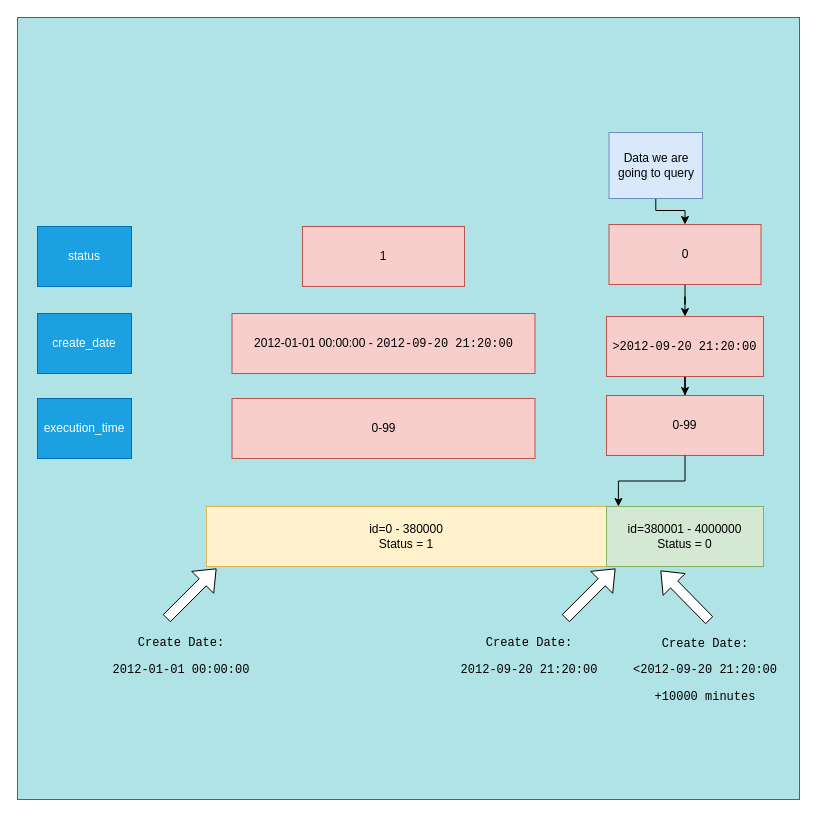
The draw.io diagram page "Page-1" (1 of 2) of drawio/mysql/mysql.drawio in cmkam/architecture, before the edit. Source tidied: cells renumbered, new cells numbered last; positions are measured from the earlier drawing's top-left corner, leaving out a move shared by most shapes. Both pictures are drawn from the tidied source at 100%, with x=0, y=0 at pixel (17, 17).
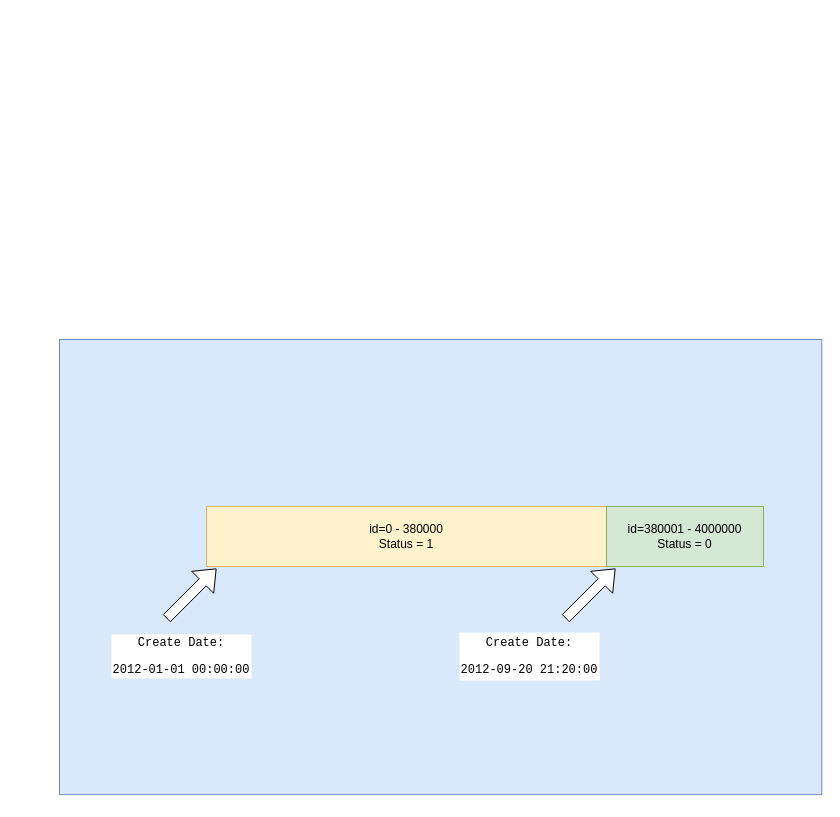
The same diagram, later.

Unchanged cells that the change refers to:
```xml
<mxCell id="4" value="id=380001 - 4000000&lt;div&gt;Status = 0&lt;/div&gt;" style="rounded=0;whiteSpace=wrap;html=1;fillColor=#d5e8d4;strokeColor=#82b366;" parent="1" vertex="1">
  <mxGeometry x="589" y="489" width="157" height="60" as="geometry" />
</mxCell>
```

Change to the diagram source:
```diff
@@
+    <mxCell id="26" parent="0" />
+    <mxCell id="27" style="rounded=0;whiteSpace=wrap;html=1;fillColor=#dae8fc;strokeColor=#6c8ebf;" parent="26" vertex="1">
+      <mxGeometry x="42" y="322" width="762.3" height="455.1" as="geometry" />
+    </mxCell>
@@
-    <mxCell id="2" style="whiteSpace=wrap;html=1;fillColor=#b0e3e6;strokeColor=#0e8088;" parent="1" vertex="1">
-      <mxGeometry width="782" height="782" as="geometry" />
-    </mxCell>
@@
-    <mxCell id="7" value="&lt;pre class=&quot;graf graf--pre&quot;&gt;Create Date:&lt;/pre&gt;&lt;pre class=&quot;graf graf--pre&quot;&gt;2012-01-01 00:00:00&lt;/pre&gt;" style="text;html=1;align=center;verticalAlign=middle;whiteSpace=wrap;rounded=0;" parent="1" vertex="1">
+    <mxCell id="7" value="&lt;pre class=&quot;graf graf--pre&quot;&gt;Create Date:&lt;/pre&gt;&lt;pre class=&quot;graf graf--pre&quot;&gt;2012-01-01 00:00:00&lt;/pre&gt;" style="text;html=1;align=center;verticalAlign=middle;whiteSpace=wrap;rounded=0;fillColor=default;" parent="1" vertex="1">
       <mxGeometry x="94" y="617" width="140" height="44" as="geometry" />
     </mxCell>
-    <mxCell id="8" value="&lt;pre class=&quot;graf graf--pre&quot;&gt;Create Date:&lt;/pre&gt;&lt;pre class=&quot;graf graf--pre&quot;&gt;2012-09-20 21:20:00&lt;/pre&gt;" style="text;html=1;align=center;verticalAlign=middle;whiteSpace=wrap;rounded=0;" parent="1" vertex="1">
+    <mxCell id="8" value="&lt;pre class=&quot;graf graf--pre&quot;&gt;Create Date:&lt;/pre&gt;&lt;pre class=&quot;graf graf--pre&quot;&gt;2012-09-20 21:20:00&lt;/pre&gt;" style="text;html=1;align=center;verticalAlign=middle;whiteSpace=wrap;rounded=0;fillColor=default;" parent="1" vertex="1">
       <mxGeometry x="442" y="615" width="140" height="48" as="geometry" />
     </mxCell>
-    <mxCell id="9" parent="0" />
-    <mxCell id="10" style="edgeStyle=orthogonalEdgeStyle;rounded=0;jettySize=auto;html=1;entryX=0.5;entryY=0;entryDx=0;entryDy=0;" parent="9" edge="1" source="11" target="16">
-      <mxGeometry relative="1" as="geometry">
-        <Array as="points">
-          <mxPoint x="638" y="193" />
-          <mxPoint x="668" y="193" />
-        </Array>
-      </mxGeometry>
-    </mxCell>
-    <mxCell id="11" value="Data we are going to query" style="rounded=0;whiteSpace=wrap;html=1;fillColor=#dae8fc;strokeColor=#6c8ebf;" parent="9" vertex="1">
-      <mxGeometry x="591.5" y="115" width="93.5" height="66" as="geometry" />
-    </mxCell>
-    <mxCell id="12" style="shape=flexArrow;endArrow=classic;html=1;rounded=0;fillColor=default;" parent="9" edge="1">
-      <mxGeometry relative="1" as="geometry">
-        <mxPoint x="692" y="603" as="sourcePoint" />
-        <mxPoint x="643" y="553" as="targetPoint" />
-      </mxGeometry>
-    </mxCell>
-    <mxCell id="13" value="&lt;pre class=&quot;graf graf--pre&quot;&gt;Create Date:&lt;/pre&gt;&lt;pre class=&quot;graf graf--pre&quot;&gt;&amp;lt;2012-09-20 21:20:00&lt;/pre&gt;&lt;pre class=&quot;graf graf--pre&quot;&gt;+10000 minutes&lt;/pre&gt;" style="text;html=1;align=center;verticalAlign=middle;whiteSpace=wrap;rounded=0;" parent="9" vertex="1">
-      <mxGeometry x="618" y="609" width="140" height="88" as="geometry" />
-    </mxCell>
-    <mxCell id="14" value="1" style="rounded=0;whiteSpace=wrap;html=1;fillColor=#f8cecc;strokeColor=#b85450;" parent="9" vertex="1">
-      <mxGeometry x="285" y="209" width="162" height="60" as="geometry" />
-    </mxCell>
-    <mxCell id="15" style="edgeStyle=orthogonalEdgeStyle;rounded=0;jettySize=auto;html=1;entryX=0.5;entryY=0;entryDx=0;entryDy=0;" parent="9" edge="1" source="16" target="22">
-      <mxGeometry relative="1" as="geometry" />
-    </mxCell>
-    <mxCell id="16" value="0" style="rounded=0;whiteSpace=wrap;html=1;fillColor=#f8cecc;strokeColor=#b85450;" parent="9" vertex="1">
-      <mxGeometry x="591.5" y="207" width="152" height="60" as="geometry" />
-    </mxCell>
-    <mxCell id="17" value="status" style="rounded=0;whiteSpace=wrap;html=1;fillColor=#1ba1e2;fontColor=#ffffff;strokeColor=#006EAF;" parent="9" vertex="1">
-      <mxGeometry x="20" y="209" width="94" height="60" as="geometry" />
-    </mxCell>
-    <mxCell id="18" value="execution_time" style="rounded=0;whiteSpace=wrap;html=1;fillColor=#1ba1e2;fontColor=#ffffff;strokeColor=#006EAF;" parent="9" vertex="1">
-      <mxGeometry x="20" y="381" width="94" height="60" as="geometry" />
-    </mxCell>
-    <mxCell id="19" value="create_date" style="rounded=0;whiteSpace=wrap;html=1;fillColor=#1ba1e2;fontColor=#ffffff;strokeColor=#006EAF;" parent="9" vertex="1">
-      <mxGeometry x="20" y="296" width="94" height="60" as="geometry" />
-    </mxCell>
-    <mxCell id="20" value="&lt;pre class=&quot;graf graf--pre&quot;&gt;&lt;font face=&quot;Helvetica&quot;&gt;&lt;span style=&quot;white-space: normal;&quot;&gt;0-99&lt;/span&gt;&lt;/font&gt;&lt;/pre&gt;" style="rounded=0;whiteSpace=wrap;html=1;fillColor=#f8cecc;strokeColor=#b85450;" parent="9" vertex="1">
-      <mxGeometry x="214.5" y="381" width="303" height="60" as="geometry" />
-    </mxCell>
-    <mxCell id="21" style="edgeStyle=orthogonalEdgeStyle;rounded=0;jettySize=auto;html=1;" parent="9" edge="1" source="22" target="24">
-      <mxGeometry relative="1" as="geometry" />
-    </mxCell>
-    <mxCell id="22" value="&lt;pre class=&quot;graf graf--pre&quot;&gt;&lt;span style=&quot;background-color: initial; font-family: Helvetica; white-space: normal;&quot;&gt;&amp;gt;&lt;/span&gt;2012-09-20 21:20:00&lt;/pre&gt;" style="rounded=0;whiteSpace=wrap;html=1;fillColor=#f8cecc;strokeColor=#b85450;" parent="9" vertex="1">
-      <mxGeometry x="589" y="299" width="157" height="60" as="geometry" />
-    </mxCell>
-    <mxCell id="23" value="&lt;pre class=&quot;graf graf--pre&quot;&gt;&lt;span style=&quot;background-color: initial; font-family: Helvetica; white-space: normal;&quot;&gt;2012-01-01 00:00:00 -&amp;nbsp;&lt;/span&gt;2012-09-20 21:20:00&lt;/pre&gt;" style="rounded=0;whiteSpace=wrap;html=1;fillColor=#f8cecc;strokeColor=#b85450;" parent="9" vertex="1">
-      <mxGeometry x="214.5" y="296" width="303" height="60" as="geometry" />
-    </mxCell>
-    <mxCell id="24" value="&lt;pre class=&quot;graf graf--pre&quot;&gt;&lt;font face=&quot;Helvetica&quot;&gt;&lt;span style=&quot;white-space: normal;&quot;&gt;0-99&lt;/span&gt;&lt;/font&gt;&lt;/pre&gt;" style="rounded=0;whiteSpace=wrap;html=1;fillColor=#f8cecc;strokeColor=#b85450;" parent="9" vertex="1">
-      <mxGeometry x="589" y="378" width="157" height="60" as="geometry" />
-    </mxCell>
-    <mxCell id="25" style="edgeStyle=orthogonalEdgeStyle;rounded=0;jettySize=auto;html=1;entryX=0.076;entryY=0;entryDx=0;entryDy=0;entryPerimeter=0;" parent="9" edge="1" source="24" target="4">
-      <mxGeometry relative="1" as="geometry" />
-    </mxCell>
```
